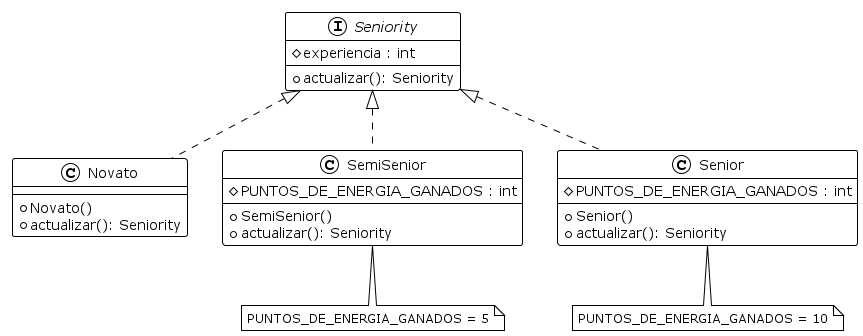
Above: diagrams/classes/clase_seniority.png in lautiland/TP2-ALGO3-ALGOROMA (PlantUML), before the change.
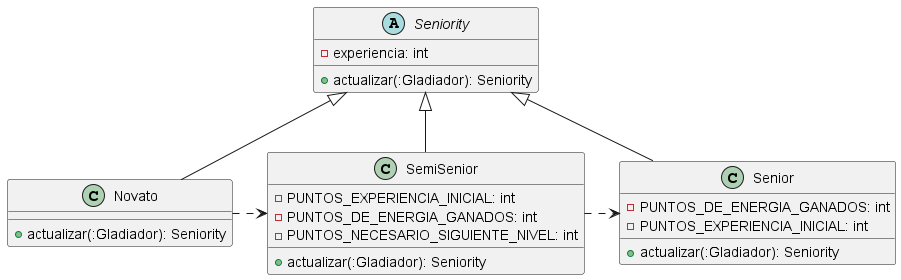
After the commit.

The edit, as a diff of the source:
```diff
@@ -1,35 +1,32 @@
 @startuml
-!theme plain
-skinparam groupInheritance 1
 
-interface Seniority {
-    # experiencia : int
-    + actualizar(): Seniority
+abstract class Seniority {
+    - experiencia: int
+    + actualizar(:Gladiador): Seniority
 }
 
 class Novato {
-    + Novato()
-    + actualizar(): Seniority
+    + actualizar(:Gladiador): Seniority
 }
 
 class SemiSenior {
-    # PUNTOS_DE_ENERGIA_GANADOS : int
-    + SemiSenior()
-    + actualizar(): Seniority
+    - PUNTOS_EXPERIENCIA_INICIAL: int
+    - PUNTOS_DE_ENERGIA_GANADOS: int
+    - PUNTOS_NECESARIO_SIGUIENTE_NIVEL: int
+    + actualizar(:Gladiador): Seniority
 }
 
-note bottom: PUNTOS_DE_ENERGIA_GANADOS = 5
-
 class Senior {
-    # PUNTOS_DE_ENERGIA_GANADOS : int
-    + Senior()
-    + actualizar(): Seniority
+    - PUNTOS_DE_ENERGIA_GANADOS: int
+    - PUNTOS_EXPERIENCIA_INICIAL: int
+    + actualizar(:Gladiador): Seniority
 }
 
-note bottom: PUNTOS_DE_ENERGIA_GANADOS = 10
+Seniority <|-- Novato
+Seniority <|-- SemiSenior
+Seniority <|-- Senior
 
-Seniority <|.. SemiSenior
-Seniority <|.. Novato
-Seniority <|.. Senior
+Novato .> SemiSenior
+SemiSenior .> Senior
 
 @enduml
```
